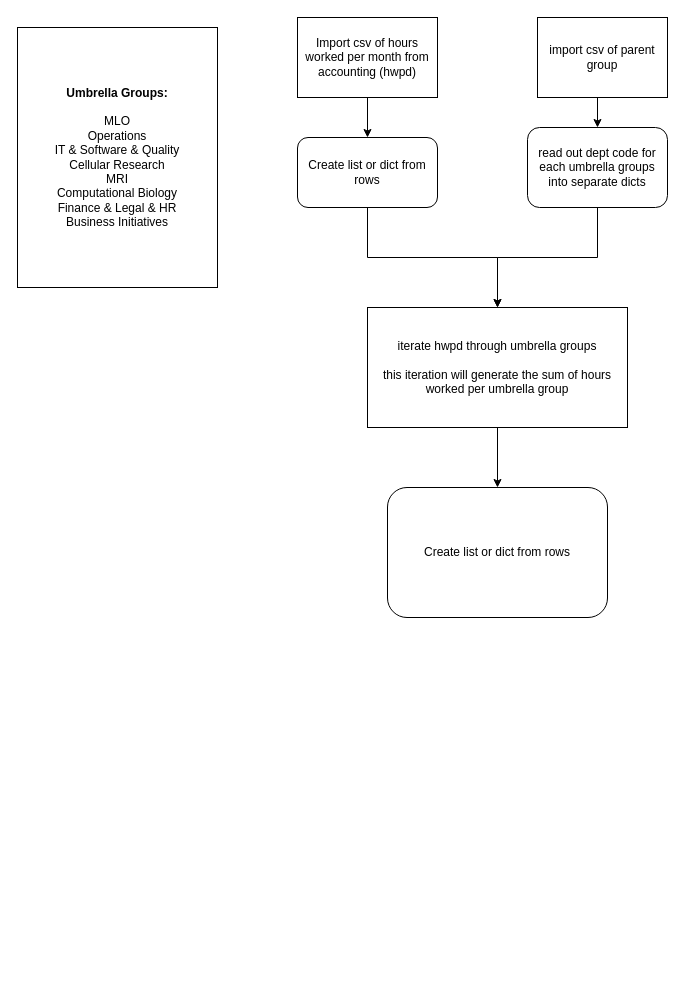
Before: page "TRIR calculation workflow" (3 of 10) of Adaptive_org_classification.drawio in PhoenixTagal/Haku, a draw.io diagram. Source tidied: cells renumbered, new cells numbered last; positions are measured from the earlier drawing's top-left corner, leaving out a move shared by most shapes. Both pictures are drawn from the tidied source at 100%, with x=0, y=0 at pixel (17, 17).
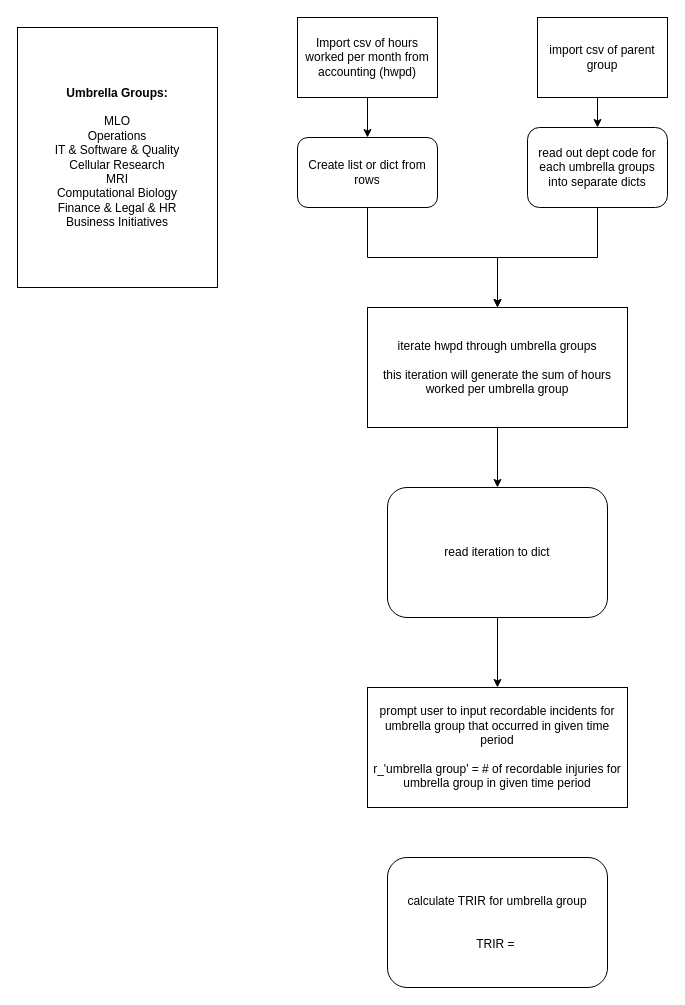
The same diagram, later.

Diff of the diagram source:
```diff
@@
 <mxGraphModel>
   <root>
     <mxCell id="0" />
     <mxCell id="1" parent="0" />
     <mxCell id="2" style="edgeStyle=orthogonalEdgeStyle;rounded=0;jettySize=auto;html=1;exitX=0.5;exitY=1;exitDx=0;exitDy=0;entryX=0.5;entryY=0;entryDx=0;entryDy=0;" parent="1" edge="1" source="3" target="10">
       <mxGeometry relative="1" as="geometry" />
     </mxCell>
     <mxCell id="3" value="Import csv of hours worked per month from accounting (hwpd)" style="rounded=0;whiteSpace=wrap;html=1;fillColor=#FFFFFF;" parent="1" vertex="1">
       <mxGeometry x="280" width="140" height="80" as="geometry" />
     </mxCell>
     <mxCell id="4" style="edgeStyle=orthogonalEdgeStyle;rounded=0;jettySize=auto;html=1;exitX=0.5;exitY=1;exitDx=0;exitDy=0;entryX=0.5;entryY=0;entryDx=0;entryDy=0;" parent="1" edge="1" source="5" target="7">
       <mxGeometry relative="1" as="geometry" />
     </mxCell>
     <mxCell id="5" value="read out dept code for each umbrella groups into separate dicts" style="rounded=1;whiteSpace=wrap;html=1;fillColor=#FFFFFF;" parent="1" vertex="1">
       <mxGeometry x="510" y="110" width="140" height="80" as="geometry" />
     </mxCell>
     <mxCell id="6" style="edgeStyle=orthogonalEdgeStyle;rounded=0;jettySize=auto;html=1;exitX=0.5;exitY=1;exitDx=0;exitDy=0;entryX=0.5;entryY=0;entryDx=0;entryDy=0;" parent="1" edge="1" source="7" target="13">
       <mxGeometry relative="1" as="geometry" />
     </mxCell>
     <mxCell id="7" value="iterate hwpd through umbrella groups&lt;br&gt;&lt;br&gt;this iteration will generate the sum of hours worked per umbrella group" style="rounded=0;whiteSpace=wrap;html=1;fillColor=#FFFFFF;" parent="1" vertex="1">
       <mxGeometry x="350" y="290" width="260" height="120" as="geometry" />
     </mxCell>
     <mxCell id="8" value="&lt;b&gt;Umbrella Groups:&lt;/b&gt;&lt;br&gt;&lt;br&gt;MLO&lt;br&gt;Operations&lt;br&gt;IT &amp;amp; Software &amp;amp; Quality&lt;br&gt;Cellular Research&lt;br&gt;MRI&lt;br&gt;Computational Biology&lt;br&gt;Finance &amp;amp; Legal &amp;amp; HR&lt;br&gt;Business Initiatives" style="rounded=0;whiteSpace=wrap;html=1;fillColor=#FFFFFF;" parent="1" vertex="1">
       <mxGeometry y="10" width="200" height="260" as="geometry" />
     </mxCell>
     <mxCell id="9" style="edgeStyle=orthogonalEdgeStyle;rounded=0;jettySize=auto;html=1;exitX=0.5;exitY=1;exitDx=0;exitDy=0;entryX=0.5;entryY=0;entryDx=0;entryDy=0;" parent="1" edge="1" source="10" target="7">
       <mxGeometry relative="1" as="geometry" />
     </mxCell>
     <mxCell id="10" value="Create list or dict from rows" style="rounded=1;whiteSpace=wrap;html=1;fillColor=#FFFFFF;" parent="1" vertex="1">
       <mxGeometry x="280" y="120" width="140" height="70" as="geometry" />
     </mxCell>
     <mxCell id="11" style="edgeStyle=orthogonalEdgeStyle;rounded=0;jettySize=auto;html=1;exitX=0.5;exitY=1;exitDx=0;exitDy=0;entryX=0.5;entryY=0;entryDx=0;entryDy=0;" parent="1" edge="1" source="12" target="5">
       <mxGeometry relative="1" as="geometry" />
     </mxCell>
     <mxCell id="12" value="import csv of parent group" style="rounded=0;whiteSpace=wrap;html=1;fillColor=#FFFFFF;" parent="1" vertex="1">
       <mxGeometry x="520" width="130" height="80" as="geometry" />
     </mxCell>
+    <mxCell id="14" style="edgeStyle=orthogonalEdgeStyle;rounded=0;jettySize=auto;html=1;exitX=0.5;exitY=1;exitDx=0;exitDy=0;entryX=0.5;entryY=0;entryDx=0;entryDy=0;" parent="1" edge="1" source="13" target="15">
+      <mxGeometry relative="1" as="geometry" />
+    </mxCell>
-    <mxCell id="13" value="Create list or dict from rows" style="rounded=1;whiteSpace=wrap;html=1;fillColor=#FFFFFF;" parent="1" vertex="1">
+    <mxCell id="13" value="read iteration to dict" style="rounded=1;whiteSpace=wrap;html=1;fillColor=#FFFFFF;" parent="1" vertex="1">
       <mxGeometry x="370" y="470" width="220" height="130" as="geometry" />
     </mxCell>
+    <mxCell id="15" value="prompt user to input recordable incidents for umbrella group that occurred in given time period&lt;br&gt;&lt;br&gt;r_'umbrella group' = # of recordable injuries for umbrella group in given time period" style="rounded=0;whiteSpace=wrap;html=1;fillColor=#FFFFFF;" parent="1" vertex="1">
+      <mxGeometry x="350" y="670" width="260" height="120" as="geometry" />
+    </mxCell>
+    <mxCell id="16" value="calculate TRIR for umbrella group&lt;br&gt;&lt;br&gt;&lt;br&gt;TRIR =&amp;nbsp;" style="rounded=1;whiteSpace=wrap;html=1;fillColor=#FFFFFF;" parent="1" vertex="1">
+      <mxGeometry x="370" y="840" width="220" height="130" as="geometry" />
+    </mxCell>
   </root>
 </mxGraphModel>
```
